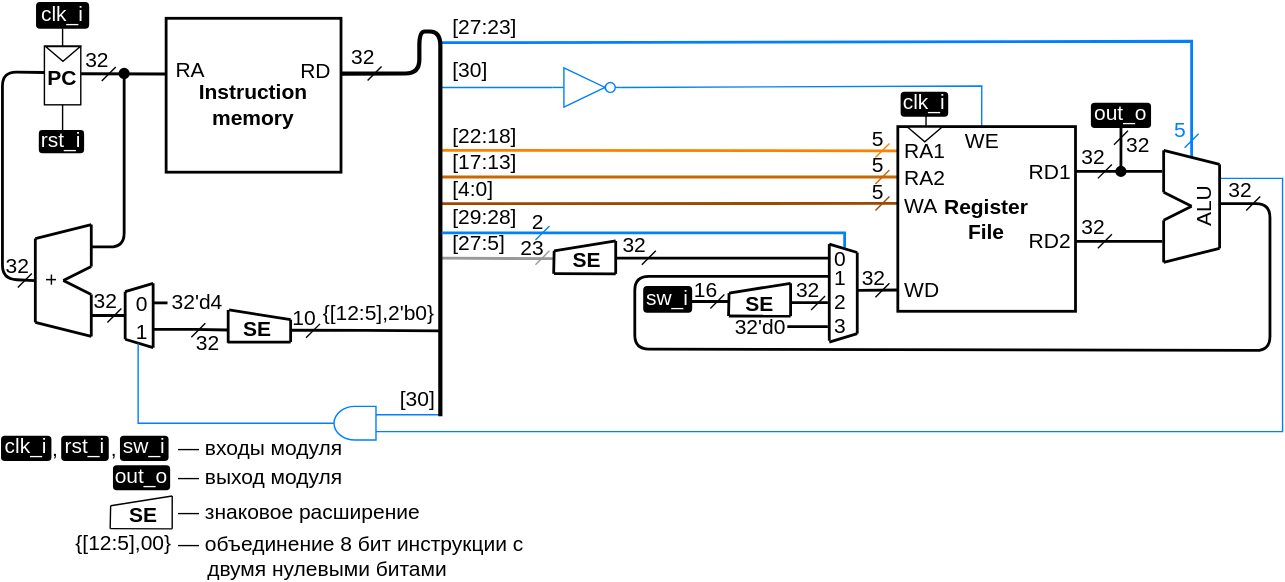
Before: .pic/Labs/lab_04_cybercobra/ppd_4.drawio.svg, a diagram exported from draw.io (MPSU/APS). Source tidied: cells renumbered, new cells last; positions are measured from the earlier drawing's top-left corner, leaving out a move shared by most shapes.
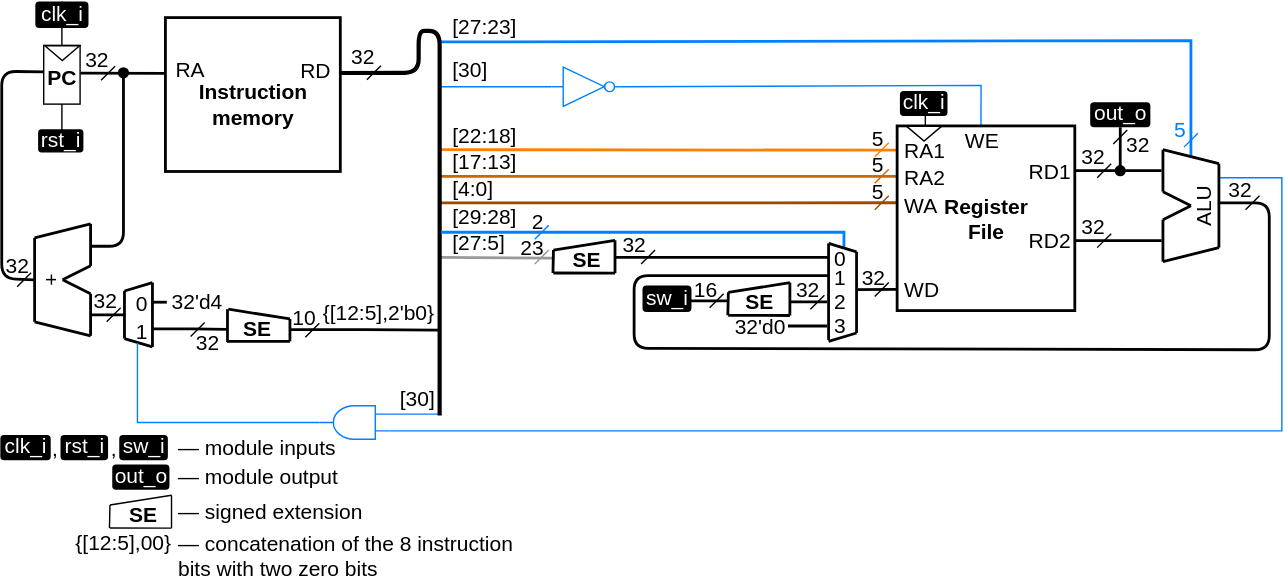
Later version of the same file.

Change to the diagram source:
```diff
@@ -406,13 +406,13 @@
     <mxCell id="85" value="&lt;font style=&quot;font-size: 15px;&quot;&gt;,&lt;/font&gt;" style="text;html=1;strokeColor=none;fillColor=none;align=center;verticalAlign=middle;whiteSpace=wrap;rounded=0;spacing=0;fontSize=15;spacingTop=0;spacingBottom=0;" parent="1" vertex="1">
       <mxGeometry x="75" y="310" width="12" height="18" as="geometry" />
     </mxCell>
-    <mxCell id="86" value="— входы модуля" style="text;html=1;strokeColor=none;fillColor=none;align=left;verticalAlign=middle;whiteSpace=wrap;rounded=0;spacing=0;fontSize=15;" parent="1" vertex="1">
+    <mxCell id="86" value="— module inputs" style="text;html=1;strokeColor=none;fillColor=none;align=left;verticalAlign=middle;whiteSpace=wrap;rounded=0;spacing=0;fontSize=15;" parent="1" vertex="1">
       <mxGeometry x="126.5" y="309" width="126.5" height="18" as="geometry" />
     </mxCell>
     <mxCell id="87" value="&lt;font color=&quot;#ffffff&quot; style=&quot;font-size: 15px;&quot;&gt;out_o&lt;/font&gt;" style="text;html=1;strokeColor=none;fillColor=#000000;align=center;verticalAlign=middle;whiteSpace=wrap;rounded=1;fontSize=15;fontColor=#000000;comic=0;jiggle=0.5;spacingTop=0;spacingBottom=4;" parent="1" vertex="1">
       <mxGeometry x="80" y="331" width="40.9" height="18" as="geometry" />
     </mxCell>
-    <mxCell id="88" value="— выход модуля" style="text;html=1;strokeColor=none;fillColor=none;align=left;verticalAlign=middle;whiteSpace=wrap;rounded=0;spacing=0;fontSize=15;" parent="1" vertex="1">
+    <mxCell id="88" value="— module output" style="text;html=1;strokeColor=none;fillColor=none;align=left;verticalAlign=middle;whiteSpace=wrap;rounded=0;spacing=0;fontSize=15;" parent="1" vertex="1">
       <mxGeometry x="126.5" y="330" width="156.5" height="18" as="geometry" />
     </mxCell>
     <mxCell id="89" style="group;fontSize=15;" parent="1" vertex="1">
@@ -445,13 +445,13 @@
     <mxCell id="94" value="&lt;font style=&quot;font-size: 15px;&quot;&gt;&lt;b style=&quot;font-size: 15px;&quot;&gt;SE&lt;/b&gt;&lt;/font&gt;" style="text;html=1;strokeColor=none;fillColor=none;align=center;verticalAlign=bottom;whiteSpace=wrap;rounded=0;fontSize=15;fontColor=#000000;comic=0;jiggle=0.5;" parent="89" vertex="1">
       <mxGeometry y="1.8" width="48" height="23.5" as="geometry" />
     </mxCell>
-    <mxCell id="95" value="— знаковое расширение" style="text;html=1;strokeColor=none;fillColor=none;align=left;verticalAlign=middle;whiteSpace=wrap;rounded=0;spacing=0;fontSize=15;" parent="1" vertex="1">
+    <mxCell id="95" value="— signed extension" style="text;html=1;strokeColor=none;fillColor=none;align=left;verticalAlign=middle;whiteSpace=wrap;rounded=0;spacing=0;fontSize=15;" parent="1" vertex="1">
       <mxGeometry x="126.5" y="355" width="226.5" height="18" as="geometry" />
     </mxCell>
     <mxCell id="96" value="&lt;font style=&quot;font-size: 15px;&quot;&gt;{[12:5],00}&lt;/font&gt;" style="text;html=1;strokeColor=none;fillColor=none;align=right;verticalAlign=bottom;whiteSpace=wrap;rounded=0;spacing=0;fontSize=15;" parent="1" vertex="1">
       <mxGeometry x="78" y="384" width="44" height="12" as="geometry" />
     </mxCell>
-    <mxCell id="97" value="&lt;div style=&quot;font-size: 15px;&quot;&gt;— объединение 8 бит инструкции с&lt;/div&gt;&lt;div style=&quot;font-size: 15px;&quot;&gt;&amp;nbsp;&amp;nbsp;&amp;nbsp;&amp;nbsp; двумя нулевыми битами&lt;/div&gt;" style="text;html=1;strokeColor=none;fillColor=none;align=left;verticalAlign=middle;whiteSpace=wrap;rounded=0;spacing=0;fontSize=15;" parent="1" vertex="1">
+    <mxCell id="97" value="&lt;div style=&quot;&quot;&gt;—&amp;nbsp;&lt;span style=&quot;background-color: transparent;&quot;&gt;concatenation of the 8 instruction bits with two zero bits&lt;/span&gt;&lt;/div&gt;" style="text;html=1;strokeColor=none;fillColor=none;align=left;verticalAlign=middle;whiteSpace=wrap;rounded=0;spacing=0;fontSize=15;" parent="1" vertex="1">
       <mxGeometry x="126.5" y="387" width="256.5" height="18" as="geometry" />
     </mxCell>
     <mxCell id="98" value="2" style="text;html=1;strokeColor=none;fillColor=none;align=center;verticalAlign=middle;whiteSpace=wrap;rounded=0;fontSize=15;fontColor=#000000;comic=0;jiggle=0.5;" parent="1" vertex="1">
```
